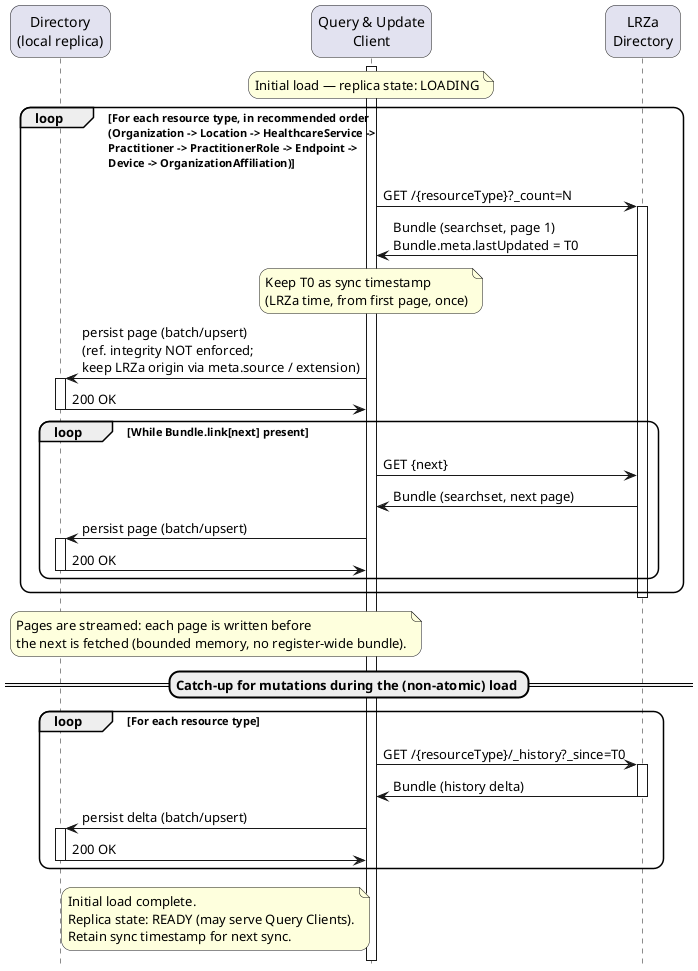
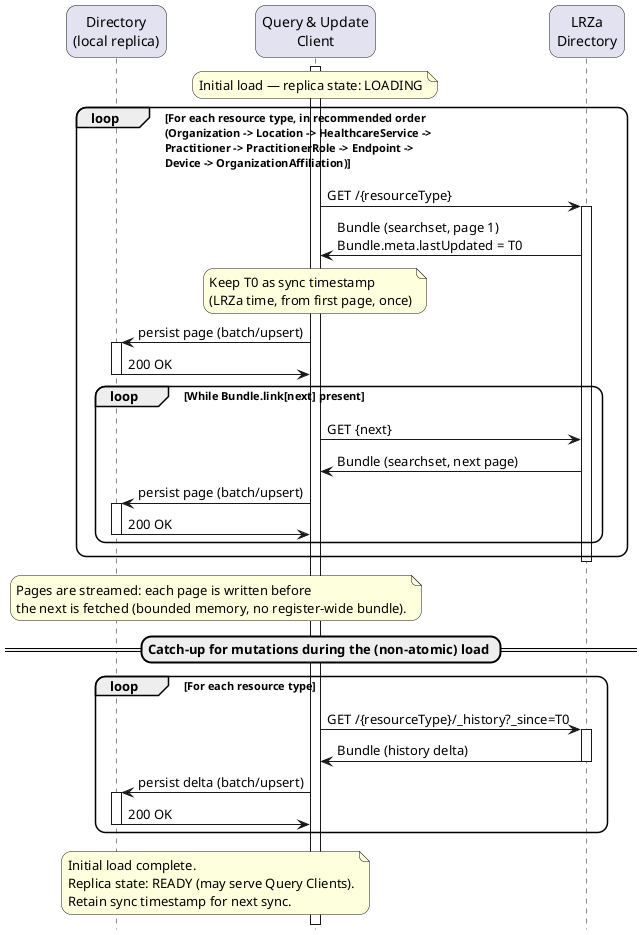
@startuml care-services-sync-initial-load

skinparam roundcorner 20
skinparam defaultFontName Arial
hide footbox

!pragma teoz true

participant QD as "Directory\n(local replica)"
participant QUC as "Query & Update\nClient"
participant LRZa as "LRZa\nDirectory"

activate QUC
note over QUC: Initial load — replica state: LOADING

loop For each resource type, in recommended order\n(Organization -> Location -> HealthcareService ->\nPractitioner -> PractitionerRole -> Endpoint ->\nDevice -> OrganizationAffiliation)
-   QUC -> LRZa: GET /{resourceType}?_count=N
+   QUC -> LRZa: GET /{resourceType}
  activate LRZa
  LRZa -> QUC: Bundle (searchset, page 1)\nBundle.meta.lastUpdated = T0
  note over QUC: Keep T0 as sync timestamp\n(LRZa time, from first page, once)
-   QUC -> QD: persist page (batch/upsert)\n(ref. integrity NOT enforced;\nkeep LRZa origin via meta.source / extension)
+   QUC -> QD: persist page (batch/upsert)
  activate QD
  QD -> QUC: 200 OK
  deactivate QD
  loop While Bundle.link[next] present
    QUC -> LRZa: GET {next}
    LRZa -> QUC: Bundle (searchset, next page)
    QUC -> QD: persist page (batch/upsert)
    activate QD
    QD -> QUC: 200 OK
    deactivate QD
  end
  deactivate LRZa
end

note over QUC,QD: Pages are streamed: each page is written before\nthe next is fetched (bounded memory, no register-wide bundle).

== Catch-up for mutations during the (non-atomic) load ==

loop For each resource type
  QUC -> LRZa: GET /{resourceType}/_history?_since=T0
  activate LRZa
  LRZa -> QUC: Bundle (history delta)
  deactivate LRZa
  QUC -> QD: persist delta (batch/upsert)
  activate QD
  QD -> QUC: 200 OK
  deactivate QD
end

note over QUC,QD: Initial load complete.\nReplica state: READY (may serve Query Clients).\nRetain sync timestamp for next sync.
deactivate QUC

@enduml
